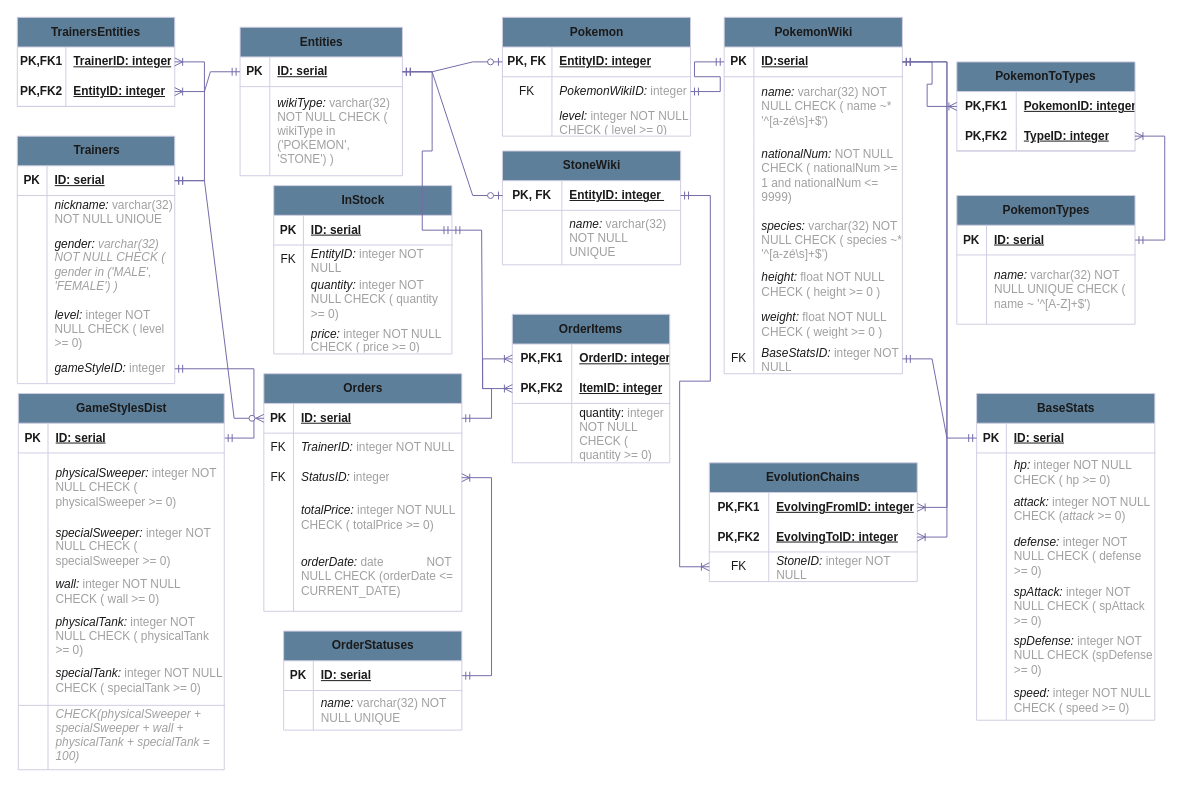
Before: coursework/stage2/datalogical-model.drawio in AaLexUser/information-systems-and-databases, a draw.io diagram. Source tidied: cells renumbered, new cells numbered last; positions are measured from the earlier drawing's top-left corner, leaving out a move shared by most shapes. Both pictures are drawn from the tidied source at 99%, with x=0, y=0 at pixel (17, 17).
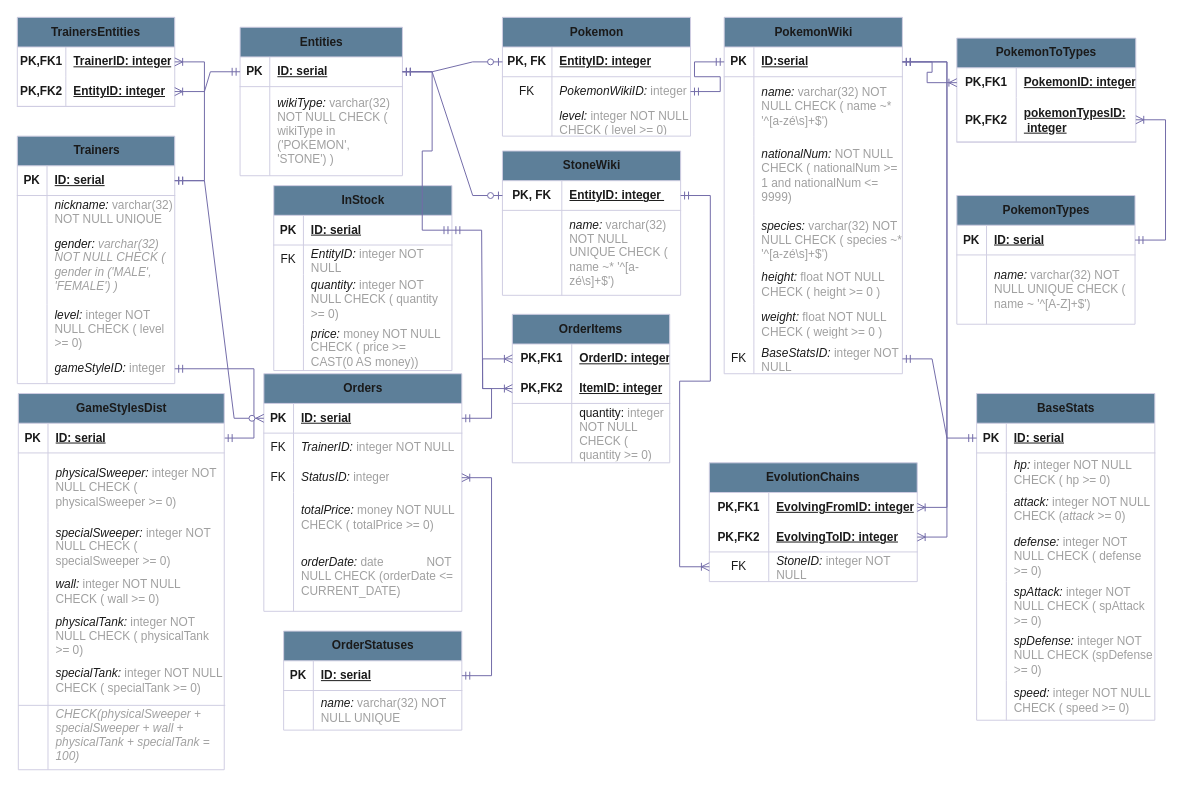
The same diagram, later.

The change refers to these unchanged cells:
```xml
<mxCell id="142" style="shape=tableRow;horizontal=0;startSize=0;swimlaneHead=0;swimlaneBody=0;fillColor=none;top=0;left=0;right=0;bottom=0;labelBackgroundColor=none;strokeColor=#D0CEE2;fontColor=#1A1A1A;" parent="132" vertex="1">
  <mxGeometry y="120" width="200" height="50" as="geometry" />
</mxCell>
```

What changed in the source:
```diff
@@
     <mxCell id="31" value="PokemonToTypes" style="shape=table;startSize=30;childLayout=tableLayout;rowLines=0;fontStyle=1;align=center;html=1;whiteSpace=wrap;labelBackgroundColor=none;fillColor=#5D7F99;strokeColor=#D0CEE2;fontColor=#1A1A1A;" parent="1" vertex="1">
-      <mxGeometry x="949" y="45" width="180" height="90" as="geometry" />
+      <mxGeometry x="949" y="21" width="180.8" height="105" as="geometry" />
     </mxCell>
     <mxCell id="32" style="shape=tableRow;horizontal=0;startSize=0;swimlaneHead=0;swimlaneBody=0;fillColor=none;points=[[0,0.5],[1,0.5]];portConstraint=eastwest;top=0;left=0;right=0;bottom=0;html=1;labelBackgroundColor=none;strokeColor=#D0CEE2;fontColor=#1A1A1A;" parent="31" vertex="1">
-      <mxGeometry y="30" width="180" height="30" as="geometry" />
+      <mxGeometry y="30" width="180.8" height="30" as="geometry" />
     </mxCell>
@@
     <mxCell id="34" value="PokemonID:&amp;nbsp;integer" style="shape=partialRectangle;fillColor=none;top=0;left=0;bottom=0;right=0;align=left;spacingLeft=6;fontStyle=5;overflow=hidden;html=1;whiteSpace=wrap;labelBackgroundColor=none;strokeColor=#D0CEE2;fontColor=#1A1A1A;" parent="32" vertex="1">
-      <mxGeometry x="60" width="120" height="30" as="geometry" />
+      <mxGeometry x="60" width="120.8" height="30" as="geometry" />
     </mxCell>
     <mxCell id="35" style="shape=tableRow;horizontal=0;startSize=0;swimlaneHead=0;swimlaneBody=0;fillColor=none;points=[[0,0.5],[1,0.5]];portConstraint=eastwest;top=0;left=0;right=0;bottom=1;html=1;labelBackgroundColor=none;strokeColor=#D0CEE2;fontColor=#1A1A1A;" parent="31" vertex="1">
-      <mxGeometry y="60" width="180" height="30" as="geometry" />
+      <mxGeometry y="60" width="180.8" height="45" as="geometry" />
     </mxCell>
     <mxCell id="36" value="PK,FK2" style="shape=partialRectangle;fillColor=none;top=0;left=0;bottom=0;right=0;fontStyle=1;overflow=hidden;html=1;whiteSpace=wrap;labelBackgroundColor=none;strokeColor=#D0CEE2;fontColor=#1A1A1A;" parent="35" vertex="1">
-      <mxGeometry width="60" height="30" as="geometry" />
+      <mxGeometry width="60" height="45" as="geometry" />
     </mxCell>
-    <mxCell id="37" value="TypeID:&amp;nbsp;integer" style="shape=partialRectangle;fillColor=none;top=0;left=0;bottom=0;right=0;align=left;spacingLeft=6;fontStyle=5;overflow=hidden;html=1;whiteSpace=wrap;labelBackgroundColor=none;strokeColor=#D0CEE2;fontColor=#1A1A1A;" parent="35" vertex="1">
-      <mxGeometry x="60" width="120" height="30" as="geometry" />
+    <mxCell id="37" value="pokemonTypesID:&lt;br&gt;&amp;nbsp;integer" style="shape=partialRectangle;fillColor=none;top=0;left=0;bottom=0;right=0;align=left;spacingLeft=6;fontStyle=5;overflow=hidden;html=1;whiteSpace=wrap;labelBackgroundColor=none;strokeColor=#D0CEE2;fontColor=#1A1A1A;" parent="35" vertex="1">
+      <mxGeometry x="60" width="120.8" height="45" as="geometry" />
     </mxCell>
@@
     <mxCell id="81" value="StoneWiki" style="shape=table;startSize=30;childLayout=tableLayout;rowLines=0;fontStyle=1;align=center;html=1;labelBackgroundColor=none;fillColor=#5D7F99;strokeColor=#D0CEE2;fontColor=#1A1A1A;" parent="1" vertex="1">
-      <mxGeometry x="490" y="135" width="180" height="115" as="geometry" />
+      <mxGeometry x="490" y="135" width="180" height="145.8" as="geometry" />
     </mxCell>
@@
     <mxCell id="85" style="shape=tableRow;horizontal=0;startSize=0;swimlaneHead=0;swimlaneBody=0;fillColor=none;top=0;left=0;right=0;bottom=0;labelBackgroundColor=none;strokeColor=#D0CEE2;fontColor=#1A1A1A;" parent="81" vertex="1">
-      <mxGeometry y="60" width="180" height="55" as="geometry" />
+      <mxGeometry y="60" width="180" height="86" as="geometry" />
     </mxCell>
     <mxCell id="86" style="shape=partialRectangle;fillColor=none;top=0;left=0;bottom=0;right=0;overflow=hidden;whiteSpace=wrap;html=1;labelBackgroundColor=none;strokeColor=#D0CEE2;fontColor=#1A1A1A;" parent="85" vertex="1">
-      <mxGeometry width="60" height="55" as="geometry" />
+      <mxGeometry width="60" height="86" as="geometry" />
     </mxCell>
-    <mxCell id="87" value="&lt;i&gt;name:&lt;/i&gt;&amp;nbsp;&lt;font color=&quot;#a0a0a0&quot;&gt;varchar(32) NOT NULL UNIQUE&lt;/font&gt;&amp;nbsp;" style="shape=partialRectangle;fillColor=none;top=0;left=0;bottom=0;right=0;align=left;spacingLeft=6;overflow=hidden;whiteSpace=wrap;html=1;labelBackgroundColor=none;strokeColor=#D0CEE2;fontColor=#1A1A1A;" parent="85" vertex="1">
-      <mxGeometry x="60" width="120" height="55" as="geometry" />
+    <mxCell id="87" value="&lt;i&gt;name:&lt;/i&gt;&amp;nbsp;&lt;font color=&quot;#a0a0a0&quot;&gt;varchar(32) NOT NULL UNIQUE&lt;/font&gt;&amp;nbsp;&lt;font color=&quot;#a0a0a0&quot;&gt;CHECK ( name ~* '^[a-zé\s]+$')&lt;/font&gt;" style="shape=partialRectangle;fillColor=none;top=0;left=0;bottom=0;right=0;align=left;spacingLeft=6;overflow=hidden;whiteSpace=wrap;html=1;labelBackgroundColor=none;strokeColor=#D0CEE2;fontColor=#1A1A1A;" parent="85" vertex="1">
+      <mxGeometry x="60" width="120" height="86" as="geometry" />
     </mxCell>
@@
     <mxCell id="101" value="InStock" style="shape=table;startSize=30;childLayout=tableLayout;rowLines=0;fontStyle=1;align=center;html=1;labelBackgroundColor=none;fillColor=#5D7F99;strokeColor=#D0CEE2;fontColor=#1A1A1A;" parent="1" vertex="1">
-      <mxGeometry x="259" y="170" width="180" height="170" as="geometry" />
+      <mxGeometry x="259" y="170" width="180" height="186.8" as="geometry" />
     </mxCell>
@@
     <mxCell id="111" style="shape=tableRow;horizontal=0;startSize=0;swimlaneHead=0;swimlaneBody=0;fillColor=none;top=0;left=0;right=0;bottom=0;labelBackgroundColor=none;strokeColor=#D0CEE2;fontColor=#1A1A1A;" parent="101" vertex="1">
-      <mxGeometry y="140" width="180" height="30" as="geometry" />
+      <mxGeometry y="140" width="180" height="47" as="geometry" />
     </mxCell>
     <mxCell id="112" style="shape=partialRectangle;fillColor=none;top=0;left=0;bottom=0;right=0;overflow=hidden;whiteSpace=wrap;html=1;labelBackgroundColor=none;strokeColor=#D0CEE2;fontColor=#1A1A1A;" parent="111" vertex="1">
-      <mxGeometry width="30" height="30" as="geometry" />
+      <mxGeometry width="30" height="47" as="geometry" />
     </mxCell>
-    <mxCell id="113" value="&lt;i&gt;price:&amp;nbsp;&lt;/i&gt;&lt;font style=&quot;&quot; color=&quot;#a0a0a0&quot;&gt;integer NOT NULL CHECK ( price &amp;gt;= 0)&lt;/font&gt;" style="shape=partialRectangle;fillColor=none;top=0;left=0;bottom=0;right=0;align=left;spacingLeft=6;overflow=hidden;whiteSpace=wrap;html=1;labelBackgroundColor=none;strokeColor=#D0CEE2;fontColor=#1A1A1A;" parent="111" vertex="1">
-      <mxGeometry x="30" width="150" height="30" as="geometry" />
+    <mxCell id="113" value="&lt;i&gt;price:&amp;nbsp;&lt;/i&gt;&lt;font style=&quot;&quot; color=&quot;#a0a0a0&quot;&gt;money&amp;nbsp;NOT NULL CHECK&amp;nbsp;&lt;/font&gt;&lt;font color=&quot;#a0a0a0&quot;&gt;( price &amp;gt;= CAST(0 AS money))&lt;/font&gt;" style="shape=partialRectangle;fillColor=none;top=0;left=0;bottom=0;right=0;align=left;spacingLeft=6;overflow=hidden;whiteSpace=wrap;html=1;labelBackgroundColor=none;strokeColor=#D0CEE2;fontColor=#1A1A1A;" parent="111" vertex="1">
+      <mxGeometry x="30" width="150" height="47" as="geometry" />
     </mxCell>
@@
-    <mxCell id="144" value="&lt;i&gt;totalPrice:&lt;/i&gt;&amp;nbsp;&lt;font color=&quot;#a0a0a0&quot;&gt;integer&amp;nbsp;NOT NULL CHECK ( totalPrice &amp;gt;= 0)&lt;/font&gt;" style="shape=partialRectangle;fillColor=none;top=0;left=0;bottom=0;right=0;align=left;spacingLeft=6;overflow=hidden;whiteSpace=wrap;html=1;labelBackgroundColor=none;strokeColor=#D0CEE2;fontColor=#1A1A1A;" parent="142" vertex="1">
+    <mxCell id="144" value="&lt;i&gt;totalPrice:&lt;/i&gt;&amp;nbsp;&lt;font color=&quot;#a0a0a0&quot;&gt;money NOT NULL CHECK ( totalPrice &amp;gt;= 0)&lt;/font&gt;" style="shape=partialRectangle;fillColor=none;top=0;left=0;bottom=0;right=0;align=left;spacingLeft=6;overflow=hidden;whiteSpace=wrap;html=1;labelBackgroundColor=none;strokeColor=#D0CEE2;fontColor=#1A1A1A;" parent="142" vertex="1">
       <mxGeometry x="30" width="170" height="50" as="geometry" />
     </mxCell>
```
